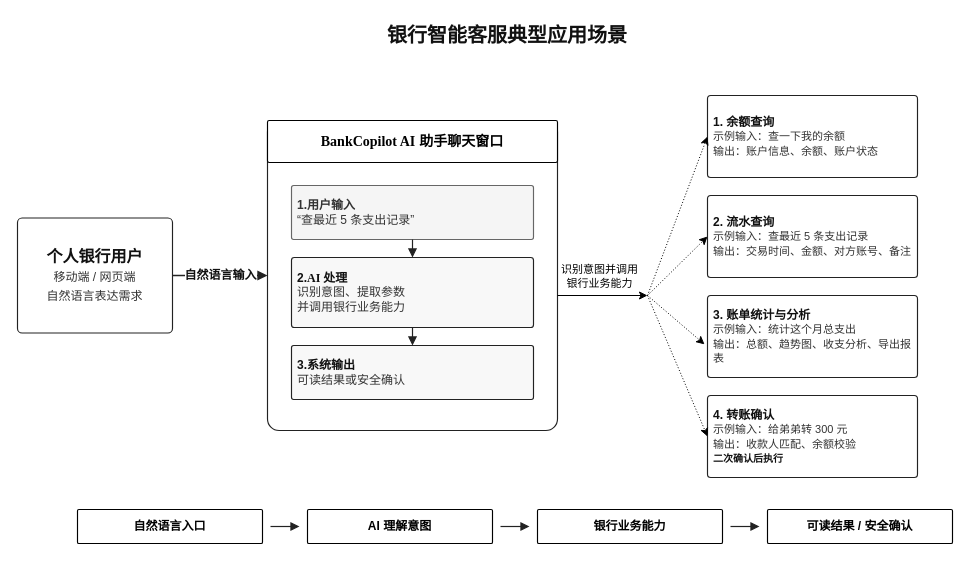
Above: XDUBachelorLatex/image/fig-bank-ai-service-scenario-simsun.drawio in DuQnng/BankCopilot (draw.io), before the change. Source tidied: cells renumbered, new cells numbered last; positions are measured from the earlier drawing's top-left corner, leaving out a move shared by most shapes. Both pictures are drawn from the tidied source at 100%, with x=0, y=0 at pixel (17, 17).
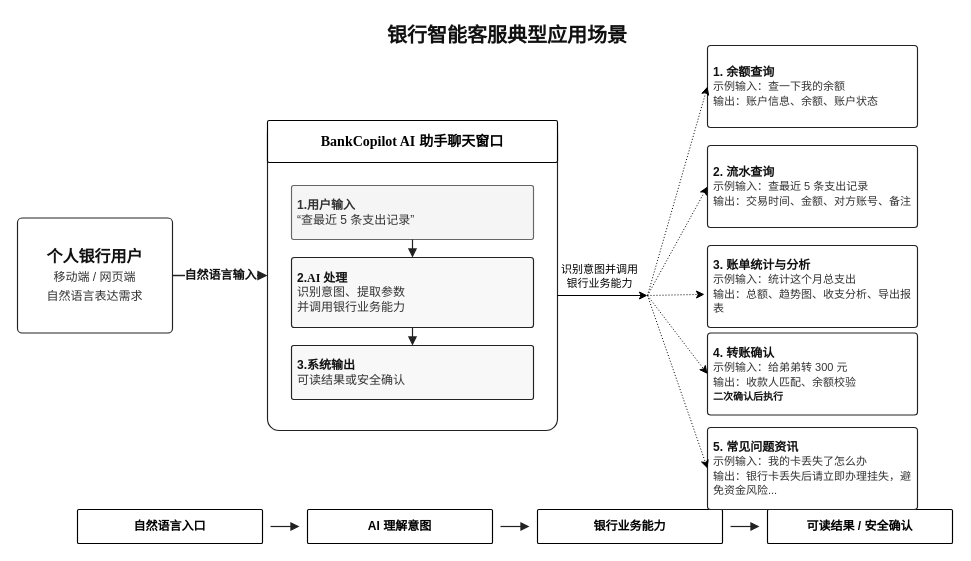
The same diagram, later.

What changed in the source:
```diff
@@
     <mxCell id="11" value="&lt;b&gt;&lt;span style=&quot;&quot;&gt;1.&lt;/span&gt; &lt;font&gt;余额查询&lt;/font&gt;&lt;/b&gt;&lt;font&gt;&lt;br&gt;&lt;span style=&quot;font-size: 11px; color: rgb(51, 51, 51);&quot;&gt;示例输入：查一下我的余额&lt;br&gt;输出：账户信息、余额、账户状态&lt;/span&gt;&lt;/font&gt;" style="rounded=1;whiteSpace=wrap;html=1;arcSize=4;fillColor=#ffffff;strokeColor=#222222;strokeWidth=1.15;fontFamily=Songti SC;fontSize=12;fontColor=#111111;fontStyle=0;align=left;verticalAlign=middle;spacing=6;shadow=0;" parent="1" vertex="1">
-      <mxGeometry x="690" y="78" width="210" height="82" as="geometry" />
+      <mxGeometry x="690" y="28" width="210" height="82" as="geometry" />
     </mxCell>
     <mxCell id="12" value="&lt;b&gt;&lt;span style=&quot;&quot;&gt;2.&lt;/span&gt; 流水查询&lt;/b&gt;&lt;br&gt;&lt;span style=&quot;font-size:11px;color:#333333&quot;&gt;示例输入：查最近 &lt;span style=&quot;&quot;&gt;5&lt;/span&gt; 条支出记录&lt;br&gt;输出：交易时间、金额、对方账号、备注&lt;/span&gt;" style="rounded=1;whiteSpace=wrap;html=1;arcSize=4;fillColor=#ffffff;strokeColor=#222222;strokeWidth=1.15;fontFamily=Songti SC;fontSize=12;fontColor=#111111;fontStyle=0;align=left;verticalAlign=middle;spacing=6;shadow=0;" parent="1" vertex="1">
-      <mxGeometry x="690" y="178" width="210" height="82" as="geometry" />
+      <mxGeometry x="690" y="128" width="210" height="82" as="geometry" />
     </mxCell>
     <mxCell id="13" value="&lt;b&gt;&lt;span style=&quot;&quot;&gt;3.&lt;/span&gt; 账单统计与分析&lt;/b&gt;&lt;br&gt;&lt;span style=&quot;font-size:11px;color:#333333&quot;&gt;示例输入：统计这个月总支出&lt;br&gt;输出：总额、趋势图、收支分析、导出报表&lt;/span&gt;" style="rounded=1;whiteSpace=wrap;html=1;arcSize=4;fillColor=#ffffff;strokeColor=#222222;strokeWidth=1.15;fontFamily=Songti SC;fontSize=12;fontColor=#111111;fontStyle=0;align=left;verticalAlign=middle;spacing=6;shadow=0;" parent="1" vertex="1">
-      <mxGeometry x="690" y="278" width="210" height="82" as="geometry" />
+      <mxGeometry x="690" y="228" width="210" height="82" as="geometry" />
     </mxCell>
     <mxCell id="14" value="&lt;b&gt;&lt;span style=&quot;&quot;&gt;4.&lt;/span&gt; 转账确认&lt;/b&gt;&lt;br&gt;&lt;span style=&quot;font-size:11px;color:#333333&quot;&gt;示例输入：给弟弟转 &lt;span style=&quot;&quot;&gt;300&lt;/span&gt; 元&lt;br&gt;输出：收款人匹配、余额校验&lt;/span&gt;&lt;br&gt;&lt;span style=&quot;font-size:10px&quot;&gt;&lt;b&gt;二次确认后执行&lt;/b&gt;&lt;/span&gt;" style="rounded=1;whiteSpace=wrap;html=1;arcSize=4;fillColor=#ffffff;strokeColor=#222222;strokeWidth=1.15;fontFamily=Songti SC;fontSize=12;fontColor=#111111;fontStyle=0;align=left;verticalAlign=middle;spacing=6;shadow=0;" parent="1" vertex="1">
-      <mxGeometry x="690" y="378" width="210" height="82" as="geometry" />
+      <mxGeometry x="690" y="315.5" width="210" height="82" as="geometry" />
     </mxCell>
@@
+    <mxCell id="29" value="&lt;b&gt;&lt;span style=&quot;&quot;&gt;5.&lt;/span&gt;&amp;nbsp;常见问题资讯&lt;/b&gt;&lt;br&gt;&lt;span style=&quot;font-size:11px;color:#333333&quot;&gt;示例输入：我的卡丢失了怎么办&lt;br&gt;输出：银行卡丢失后请立即办理挂失，避免资金风险...&lt;/span&gt;" style="rounded=1;whiteSpace=wrap;html=1;arcSize=4;fillColor=#ffffff;strokeColor=#222222;strokeWidth=1.15;fontFamily=Songti SC;fontSize=12;fontColor=#111111;fontStyle=0;align=left;verticalAlign=middle;spacing=6;shadow=0;" parent="1" vertex="1">
+      <mxGeometry x="690" y="410" width="210" height="82" as="geometry" />
+    </mxCell>
+    <mxCell id="30" style="endArrow=classic;html=1;rounded=0;dashed=1;dashPattern=1 2;entryX=0;entryY=0.5;entryDx=0;entryDy=0;" parent="1" edge="1" target="29">
+      <mxGeometry relative="1" as="geometry">
+        <mxPoint x="630" y="278" as="sourcePoint" />
+      </mxGeometry>
+    </mxCell>
```
